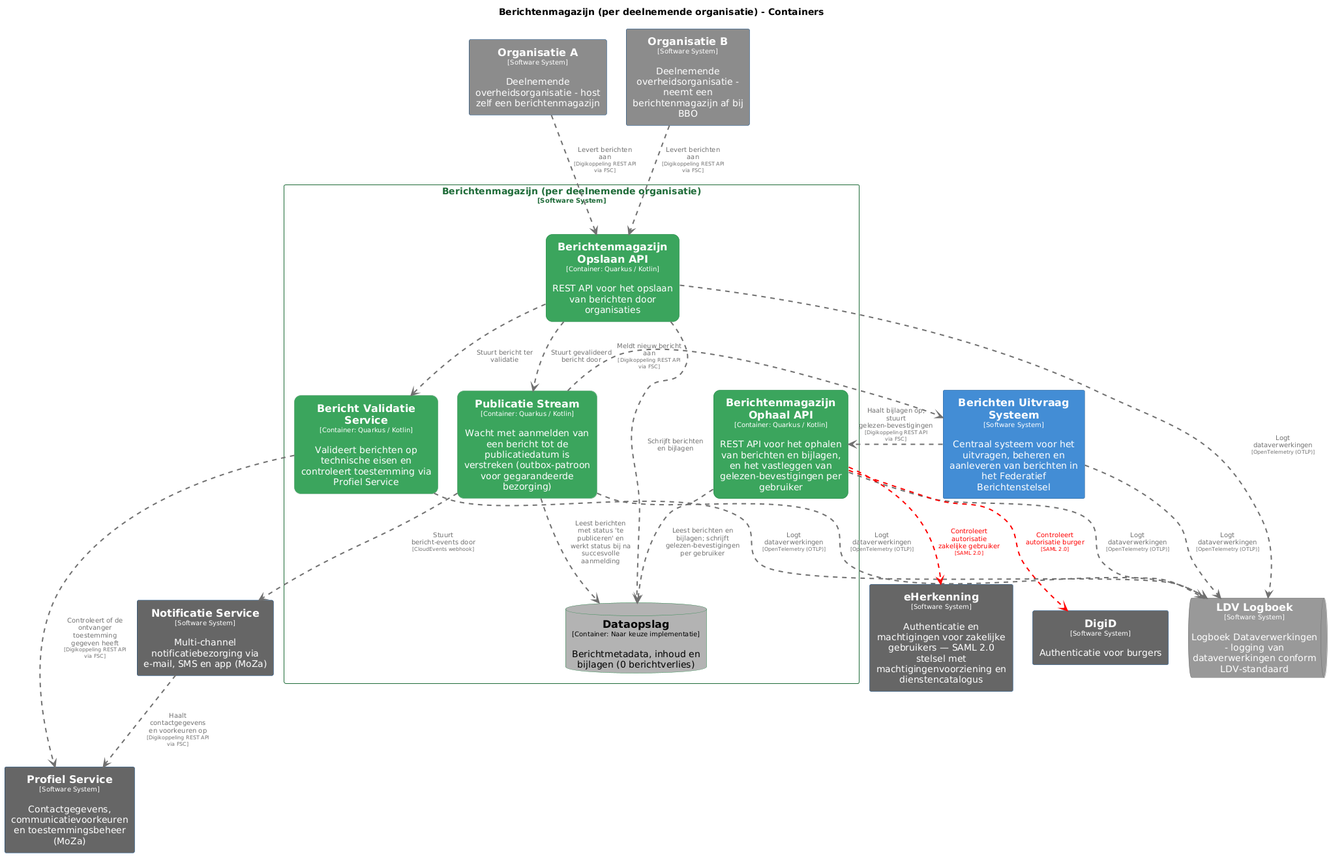
This is pr-preview/pr-22/master/png/BerichtenmagazijnContainers.png from MinBZK/moza-poc-fbs-berichtenbox, a PlantUML export, as it was before one commit.
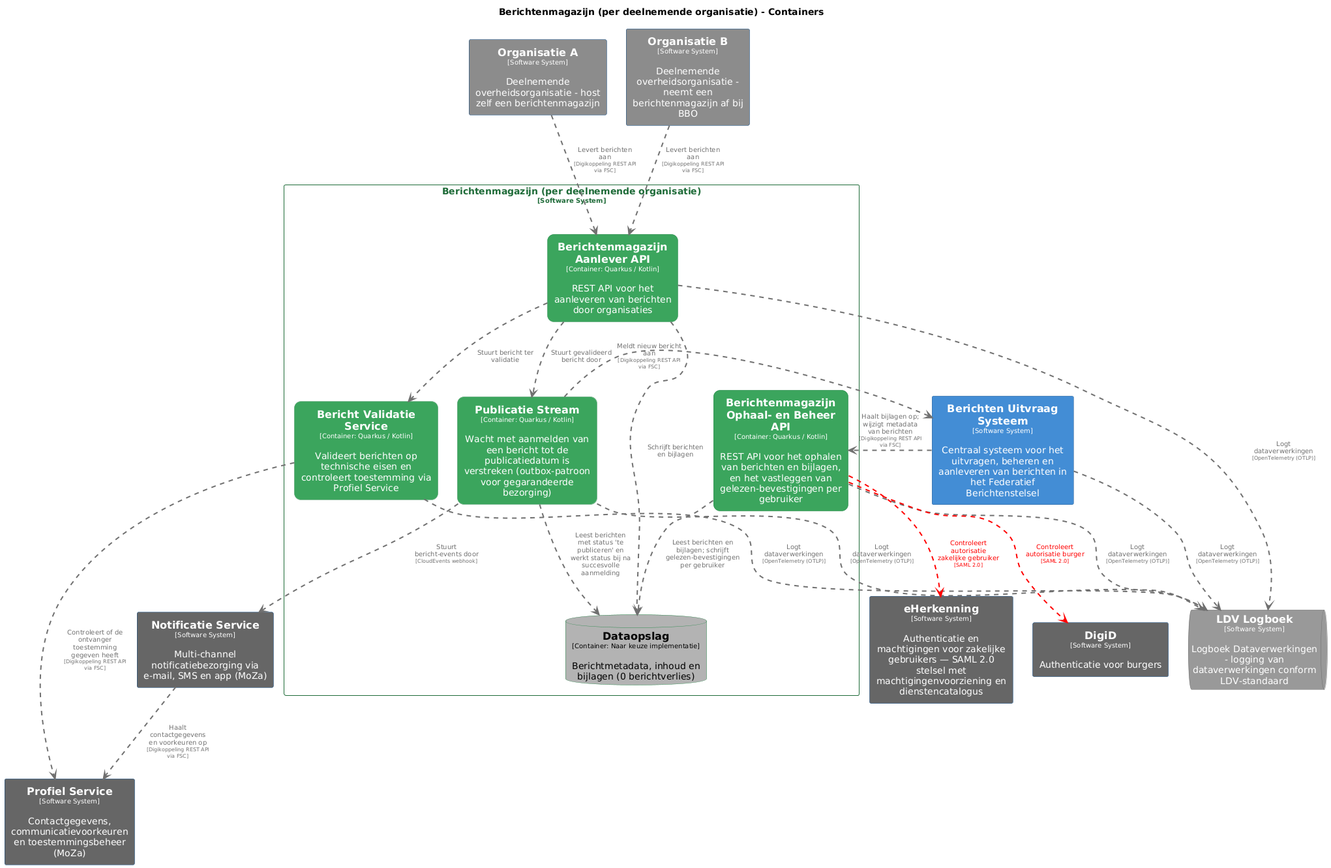
The same diagram one commit later.

What changed in the source:
```diff
@@ -28,14 +28,14 @@
   BorderColor #2e6295
   shadowing false
 }
-skinparam rectangle<<Berichtenmagazijnperdeelnemendeorganisatie.BerichtenmagazijnOphaalAPI>> {
+skinparam rectangle<<Berichtenmagazijnperdeelnemendeorganisatie.BerichtenmagazijnAanleverAPI>> {
   BackgroundColor #3ba55d
   FontColor #ffffff
   BorderColor #2d8a4e
   roundCorner 20
   shadowing false
 }
-skinparam rectangle<<Berichtenmagazijnperdeelnemendeorganisatie.BerichtenmagazijnOpslaanAPI>> {
+skinparam rectangle<<Berichtenmagazijnperdeelnemendeorganisatie.BerichtenmagazijnOphaalenBeheerAPI>> {
   BackgroundColor #3ba55d
   FontColor #ffffff
   BorderColor #2d8a4e
@@ -113,30 +113,30 @@
 queue "==LDV Logboek\n<size:10>[Software System]</size>\n\nLogboek Dataverwerkingen - logging van dataverwerkingen conform LDV-standaard" <<LDVLogboek>> as LDVLogboek
 
 rectangle "Berichtenmagazijn (per deelnemende organisatie)\n<size:10>[Software System]</size>" <<Berichtenmagazijnperdeelnemendeorganisatie>> {
-  rectangle "==Berichtenmagazijn Ophaal API\n<size:10>[Container: Quarkus / Kotlin]</size>\n\nREST API voor het ophalen van berichten en bijlagen, en het vastleggen van gelezen-bevestigingen per gebruiker" <<Berichtenmagazijnperdeelnemendeorganisatie.BerichtenmagazijnOphaalAPI>> as Berichtenmagazijnperdeelnemendeorganisatie.BerichtenmagazijnOphaalAPI
-  rectangle "==Berichtenmagazijn Opslaan API\n<size:10>[Container: Quarkus / Kotlin]</size>\n\nREST API voor het opslaan van berichten door organisaties" <<Berichtenmagazijnperdeelnemendeorganisatie.BerichtenmagazijnOpslaanAPI>> as Berichtenmagazijnperdeelnemendeorganisatie.BerichtenmagazijnOpslaanAPI
+  rectangle "==Berichtenmagazijn Ophaal- en Beheer API\n<size:10>[Container: Quarkus / Kotlin]</size>\n\nREST API voor het ophalen van berichten en bijlagen, en het vastleggen van gelezen-bevestigingen per gebruiker" <<Berichtenmagazijnperdeelnemendeorganisatie.BerichtenmagazijnOphaalenBeheerAPI>> as Berichtenmagazijnperdeelnemendeorganisatie.BerichtenmagazijnOphaalenBeheerAPI
+  rectangle "==Berichtenmagazijn Aanlever API\n<size:10>[Container: Quarkus / Kotlin]</size>\n\nREST API voor het aanleveren van berichten door organisaties" <<Berichtenmagazijnperdeelnemendeorganisatie.BerichtenmagazijnAanleverAPI>> as Berichtenmagazijnperdeelnemendeorganisatie.BerichtenmagazijnAanleverAPI
   database "==Dataopslag\n<size:10>[Container: Naar keuze implementatie]</size>\n\nBerichtmetadata, inhoud en bijlagen (0 berichtverlies)" <<Berichtenmagazijnperdeelnemendeorganisatie.Dataopslag>> as Berichtenmagazijnperdeelnemendeorganisatie.Dataopslag
   rectangle "==Bericht Validatie Service\n<size:10>[Container: Quarkus / Kotlin]</size>\n\nValideert berichten op technische eisen en controleert toestemming via Profiel Service" <<Berichtenmagazijnperdeelnemendeorganisatie.BerichtValidatieService>> as Berichtenmagazijnperdeelnemendeorganisatie.BerichtValidatieService
   rectangle "==Publicatie Stream\n<size:10>[Container: Quarkus / Kotlin]</size>\n\nWacht met aanmelden van een bericht tot de publicatiedatum is verstreken (outbox-patroon voor gegarandeerde bezorging)" <<Berichtenmagazijnperdeelnemendeorganisatie.PublicatieStream>> as Berichtenmagazijnperdeelnemendeorganisatie.PublicatieStream
 }
 
-Berichtenmagazijnperdeelnemendeorganisatie.BerichtenmagazijnOphaalAPI .[#707070,thickness=2].> LDVLogboek : "<color:#707070>Logt dataverwerkingen\n<color:#707070><size:8>[OpenTelemetry (OTLP)]</size>"
-Berichtenmagazijnperdeelnemendeorganisatie.BerichtenmagazijnOpslaanAPI .[#707070,thickness=2].> LDVLogboek : "<color:#707070>Logt dataverwerkingen\n<color:#707070><size:8>[OpenTelemetry (OTLP)]</size>"
+Berichtenmagazijnperdeelnemendeorganisatie.BerichtenmagazijnOphaalenBeheerAPI .[#707070,thickness=2].> LDVLogboek : "<color:#707070>Logt dataverwerkingen\n<color:#707070><size:8>[OpenTelemetry (OTLP)]</size>"
+Berichtenmagazijnperdeelnemendeorganisatie.BerichtenmagazijnAanleverAPI .[#707070,thickness=2].> LDVLogboek : "<color:#707070>Logt dataverwerkingen\n<color:#707070><size:8>[OpenTelemetry (OTLP)]</size>"
 Berichtenmagazijnperdeelnemendeorganisatie.BerichtValidatieService .[#707070,thickness=2].> LDVLogboek : "<color:#707070>Logt dataverwerkingen\n<color:#707070><size:8>[OpenTelemetry (OTLP)]</size>"
 BerichtenUitvraagSysteem .[#707070,thickness=2].> LDVLogboek : "<color:#707070>Logt dataverwerkingen\n<color:#707070><size:8>[OpenTelemetry (OTLP)]</size>"
 Berichtenmagazijnperdeelnemendeorganisatie.PublicatieStream .[#707070,thickness=2].> LDVLogboek : "<color:#707070>Logt dataverwerkingen\n<color:#707070><size:8>[OpenTelemetry (OTLP)]</size>"
-Berichtenmagazijnperdeelnemendeorganisatie.BerichtenmagazijnOphaalAPI .[#707070,thickness=2].> Berichtenmagazijnperdeelnemendeorganisatie.Dataopslag : "<color:#707070>Leest berichten en bijlagen; schrijft gelezen-bevestigingen per gebruiker"
-Berichtenmagazijnperdeelnemendeorganisatie.BerichtenmagazijnOpslaanAPI .[#707070,thickness=2].> Berichtenmagazijnperdeelnemendeorganisatie.Dataopslag : "<color:#707070>Schrijft berichten en bijlagen"
-Berichtenmagazijnperdeelnemendeorganisatie.BerichtenmagazijnOpslaanAPI .[#707070,thickness=2].> Berichtenmagazijnperdeelnemendeorganisatie.BerichtValidatieService : "<color:#707070>Stuurt bericht ter validatie"
-Berichtenmagazijnperdeelnemendeorganisatie.BerichtenmagazijnOpslaanAPI .[#707070,thickness=2].> Berichtenmagazijnperdeelnemendeorganisatie.PublicatieStream : "<color:#707070>Stuurt gevalideerd bericht door"
+Berichtenmagazijnperdeelnemendeorganisatie.BerichtenmagazijnOphaalenBeheerAPI .[#707070,thickness=2].> Berichtenmagazijnperdeelnemendeorganisatie.Dataopslag : "<color:#707070>Leest berichten en bijlagen; schrijft gelezen-bevestigingen per gebruiker"
+Berichtenmagazijnperdeelnemendeorganisatie.BerichtenmagazijnAanleverAPI .[#707070,thickness=2].> Berichtenmagazijnperdeelnemendeorganisatie.Dataopslag : "<color:#707070>Schrijft berichten en bijlagen"
+Berichtenmagazijnperdeelnemendeorganisatie.BerichtenmagazijnAanleverAPI .[#707070,thickness=2].> Berichtenmagazijnperdeelnemendeorganisatie.BerichtValidatieService : "<color:#707070>Stuurt bericht ter validatie"
+Berichtenmagazijnperdeelnemendeorganisatie.BerichtenmagazijnAanleverAPI .[#707070,thickness=2].> Berichtenmagazijnperdeelnemendeorganisatie.PublicatieStream : "<color:#707070>Stuurt gevalideerd bericht door"
 Berichtenmagazijnperdeelnemendeorganisatie.PublicatieStream .[#707070,thickness=2].> Berichtenmagazijnperdeelnemendeorganisatie.Dataopslag : "<color:#707070>Leest berichten met status 'te publiceren' en werkt status bij na succesvolle aanmelding"
-BerichtenUitvraagSysteem .[#707070,thickness=2].> Berichtenmagazijnperdeelnemendeorganisatie.BerichtenmagazijnOphaalAPI : "<color:#707070>Haalt bijlagen op; stuurt gelezen-bevestigingen\n<color:#707070><size:8>[Digikoppeling REST API via FSC]</size>"
+BerichtenUitvraagSysteem .[#707070,thickness=2].> Berichtenmagazijnperdeelnemendeorganisatie.BerichtenmagazijnOphaalenBeheerAPI : "<color:#707070>Haalt bijlagen op; wijzigt metadata van berichten\n<color:#707070><size:8>[Digikoppeling REST API via FSC]</size>"
 Berichtenmagazijnperdeelnemendeorganisatie.PublicatieStream .[#707070,thickness=2].> BerichtenUitvraagSysteem : "<color:#707070>Meldt nieuw bericht aan\n<color:#707070><size:8>[Digikoppeling REST API via FSC]</size>"
 Berichtenmagazijnperdeelnemendeorganisatie.PublicatieStream .[#707070,thickness=2].> NotificatieService : "<color:#707070>Stuurt bericht-events door\n<color:#707070><size:8>[CloudEvents webhook]</size>"
 NotificatieService .[#707070,thickness=2].> ProfielService : "<color:#707070>Haalt contactgegevens en voorkeuren op\n<color:#707070><size:8>[Digikoppeling REST API via FSC]</size>"
-OrganisatieA .[#707070,thickness=2].> Berichtenmagazijnperdeelnemendeorganisatie.BerichtenmagazijnOpslaanAPI : "<color:#707070>Levert berichten aan\n<color:#707070><size:8>[Digikoppeling REST API via FSC]</size>"
-OrganisatieB .[#707070,thickness=2].> Berichtenmagazijnperdeelnemendeorganisatie.BerichtenmagazijnOpslaanAPI : "<color:#707070>Levert berichten aan\n<color:#707070><size:8>[Digikoppeling REST API via FSC]</size>"
+OrganisatieA .[#707070,thickness=2].> Berichtenmagazijnperdeelnemendeorganisatie.BerichtenmagazijnAanleverAPI : "<color:#707070>Levert berichten aan\n<color:#707070><size:8>[Digikoppeling REST API via FSC]</size>"
+OrganisatieB .[#707070,thickness=2].> Berichtenmagazijnperdeelnemendeorganisatie.BerichtenmagazijnAanleverAPI : "<color:#707070>Levert berichten aan\n<color:#707070><size:8>[Digikoppeling REST API via FSC]</size>"
 Berichtenmagazijnperdeelnemendeorganisatie.BerichtValidatieService .[#707070,thickness=2].> ProfielService : "<color:#707070>Controleert of de ontvanger toestemming gegeven heeft\n<color:#707070><size:8>[Digikoppeling REST API via FSC]</size>"
-Berichtenmagazijnperdeelnemendeorganisatie.BerichtenmagazijnOphaalAPI .[#ff0000,thickness=2].> eHerkenning : "<color:#ff0000>Controleert autorisatie zakelijke gebruiker\n<color:#ff0000><size:8>[SAML 2.0]</size>"
-Berichtenmagazijnperdeelnemendeorganisatie.BerichtenmagazijnOphaalAPI .[#ff0000,thickness=2].> DigiD : "<color:#ff0000>Controleert autorisatie burger\n<color:#ff0000><size:8>[SAML 2.0]</size>"
+Berichtenmagazijnperdeelnemendeorganisatie.BerichtenmagazijnOphaalenBeheerAPI .[#ff0000,thickness=2].> eHerkenning : "<color:#ff0000>Controleert autorisatie zakelijke gebruiker\n<color:#ff0000><size:8>[SAML 2.0]</size>"
+Berichtenmagazijnperdeelnemendeorganisatie.BerichtenmagazijnOphaalenBeheerAPI .[#ff0000,thickness=2].> DigiD : "<color:#ff0000>Controleert autorisatie burger\n<color:#ff0000><size:8>[SAML 2.0]</size>"
 @enduml
```
